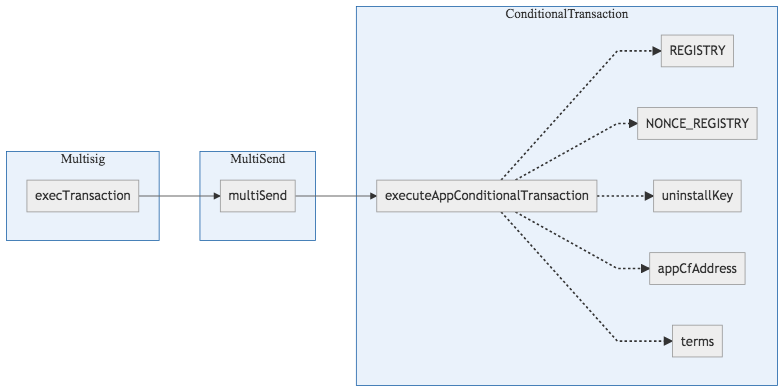
counterfactual/monorepo keeps this Mermaid diagram as build/setup-commitment.png. Above is the earlier version. Its source is kept beside it as diagrams/setup-commitment.mmd.
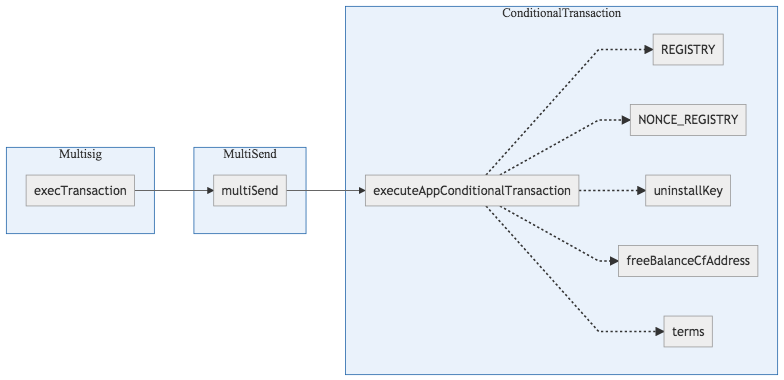
Above is the later version.

Commit message:
rename to freeBalanceCfAddress in setup commitment (#29)

Change to the diagram source:
```diff
@@ -4,7 +4,7 @@
         executeAppConditionalTransaction.->REGISTRY
         executeAppConditionalTransaction.->NONCE_REGISTRY
         executeAppConditionalTransaction.->uninstallKey
-        executeAppConditionalTransaction.->appCfAddress
+        executeAppConditionalTransaction.->freeBalanceCfAddress
         executeAppConditionalTransaction.->terms
     end
     subgraph MultiSend
```
